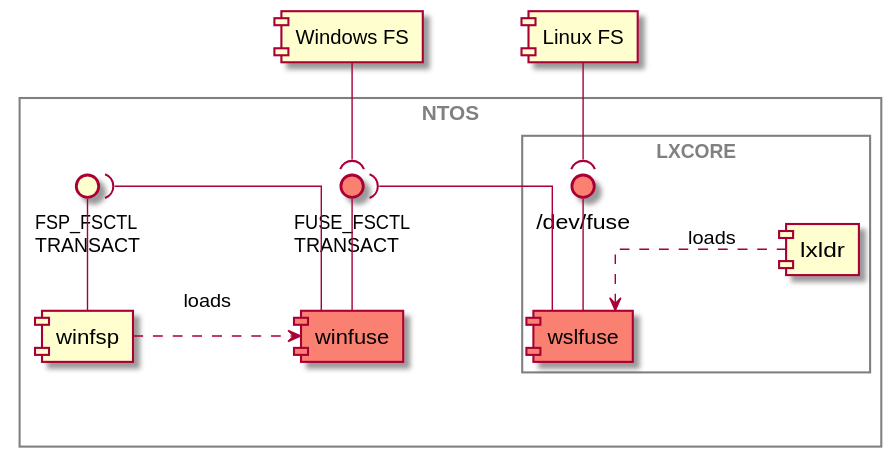
Above: doc/component.svg in billziss-gh/winfuse (PlantUML), before the change.
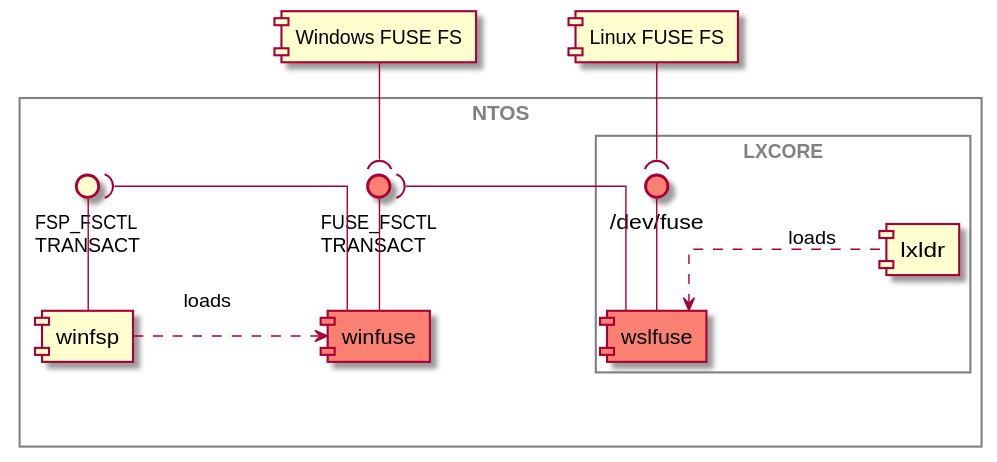
Above is the later version.

Change to the diagram source:
```diff
@@ -37,10 +37,10 @@
     wslfuse -up--( FUSE_FSCTL_TRANSACT
 }
 
-component "Windows FS" as winfs
+component "Windows FUSE FS" as winfs
 winfs -left-( FUSE_FSCTL_TRANSACT
 
-component "Linux FS" as wslfs
+component "Linux FUSE FS" as wslfs
 wslfs -left-( devfuse
 
 @enduml
```
